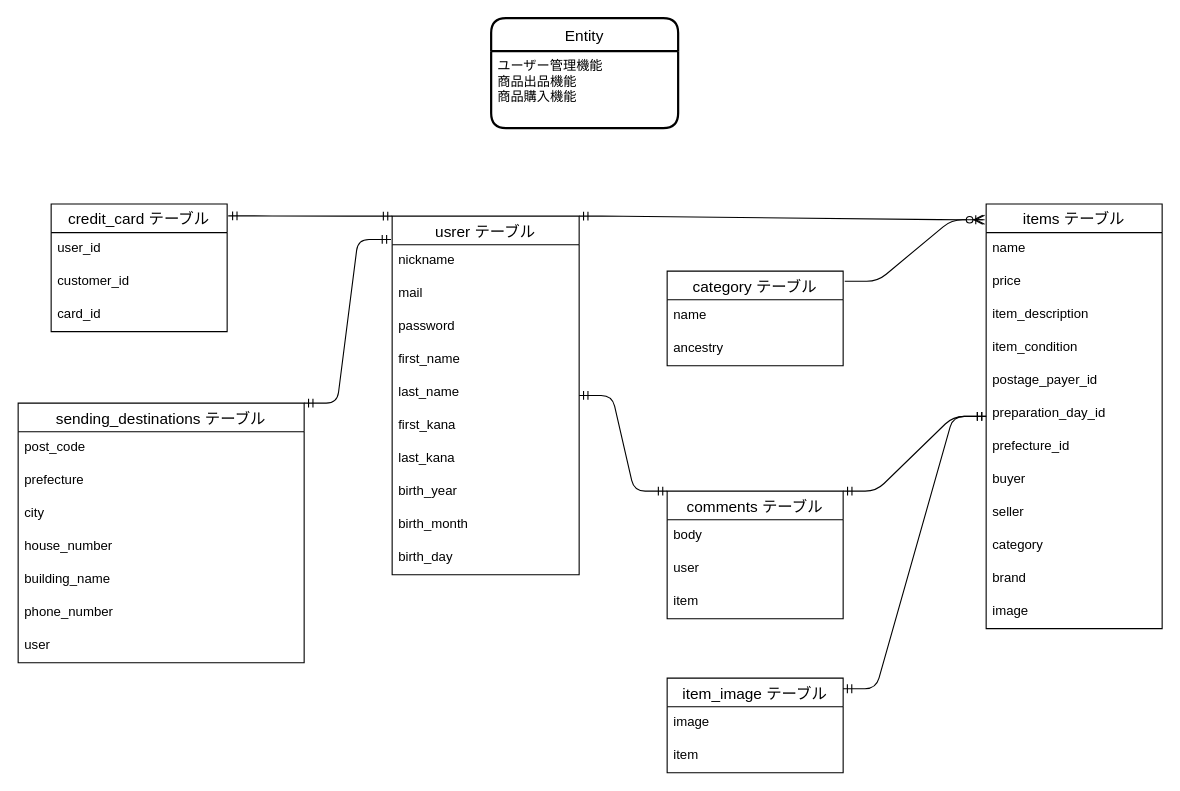
jones-2earth/furima-40469 keeps this draw.io diagram as furima-40469.dio. Above is the earlier version. Source tidied: cells renumbered, new cells numbered last; positions are measured from the earlier drawing's top-left corner, leaving out a move shared by most shapes. Both pictures are drawn from the tidied source at 110%, with x=0, y=0 at pixel (18, 18).
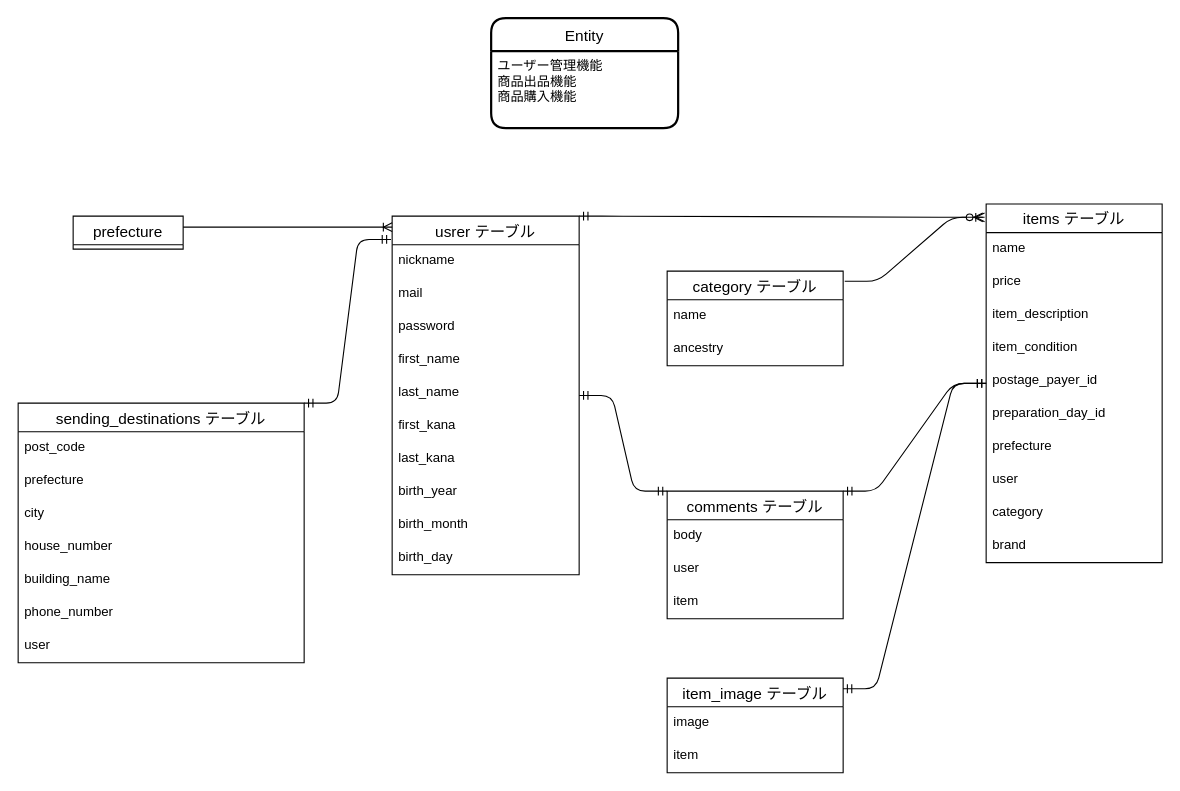
Above is the later version.

Change to the diagram source:
```diff
@@
     <mxCell id="4" value="items テーブル" style="swimlane;fontStyle=0;horizontal=1;startSize=26;align=center;fontSize=14;" parent="1" vertex="1">
-      <mxGeometry x="880" y="169" width="160" height="386" as="geometry" />
+      <mxGeometry x="880" y="169" width="160" height="326" as="geometry" />
     </mxCell>
@@
-    <mxCell id="11" value="prefecture_id" style="text;strokeColor=none;fillColor=none;spacingLeft=4;spacingRight=4;overflow=hidden;fontSize=12;" parent="4" vertex="1">
+    <mxCell id="11" value="prefecture" style="text;strokeColor=none;fillColor=none;spacingLeft=4;spacingRight=4;overflow=hidden;fontSize=12;" parent="4" vertex="1">
       <mxGeometry y="206" width="160" height="30" as="geometry" />
     </mxCell>
-    <mxCell id="12" value="buyer" style="text;strokeColor=none;fillColor=none;spacingLeft=4;spacingRight=4;overflow=hidden;fontSize=12;" parent="4" vertex="1">
-      <mxGeometry y="236" width="160" height="30" as="geometry" />
-    </mxCell>
-    <mxCell id="13" value="seller" style="text;strokeColor=none;fillColor=none;spacingLeft=4;spacingRight=4;overflow=hidden;fontSize=12;" parent="4" vertex="1">
-      <mxGeometry y="266" width="160" height="30" as="geometry" />
+    <mxCell id="13" value="user" style="text;strokeColor=none;fillColor=none;spacingLeft=4;spacingRight=4;overflow=hidden;fontSize=12;" parent="4" vertex="1">
+      <mxGeometry y="236" width="160" height="30" as="geometry" />
     </mxCell>
     <mxCell id="14" value="category" style="text;strokeColor=none;fillColor=none;spacingLeft=4;spacingRight=4;overflow=hidden;fontSize=12;" parent="4" vertex="1">
-      <mxGeometry y="296" width="160" height="30" as="geometry" />
+      <mxGeometry y="266" width="160" height="30" as="geometry" />
     </mxCell>
     <mxCell id="15" value="brand" style="text;strokeColor=none;fillColor=none;spacingLeft=4;spacingRight=4;overflow=hidden;fontSize=12;" parent="4" vertex="1">
-      <mxGeometry y="326" width="160" height="30" as="geometry" />
+      <mxGeometry y="296" width="160" height="30" as="geometry" />
     </mxCell>
-    <mxCell id="16" value="image" style="text;strokeColor=none;fillColor=none;spacingLeft=4;spacingRight=4;overflow=hidden;fontSize=12;" parent="4" vertex="1">
-      <mxGeometry y="356" width="160" height="30" as="geometry" />
-    </mxCell>
-    <mxCell id="17" value="credit_card テーブル" style="swimlane;fontStyle=0;horizontal=1;startSize=26;align=center;fontSize=14;" parent="1" vertex="1">
-      <mxGeometry x="30" y="169" width="160" height="116" as="geometry" />
-    </mxCell>
-    <mxCell id="18" value="user_id" style="text;strokeColor=none;fillColor=none;spacingLeft=4;spacingRight=4;overflow=hidden;fontSize=12;" parent="17" vertex="1">
-      <mxGeometry y="26" width="160" height="30" as="geometry" />
-    </mxCell>
-    <mxCell id="19" value="customer_id" style="text;strokeColor=none;fillColor=none;spacingLeft=4;spacingRight=4;overflow=hidden;fontSize=12;" parent="17" vertex="1">
-      <mxGeometry y="56" width="160" height="30" as="geometry" />
-    </mxCell>
-    <mxCell id="20" value="card_id" style="text;strokeColor=none;fillColor=none;spacingLeft=4;spacingRight=4;overflow=hidden;fontSize=12;" parent="17" vertex="1">
-      <mxGeometry y="86" width="160" height="30" as="geometry" />
-    </mxCell>
@@
-    <mxCell id="50" style="edgeStyle=entityRelationEdgeStyle;fontSize=12;html=1;endArrow=ERmandOne;startArrow=ERmandOne;exitX=1.006;exitY=0.093;exitDx=0;exitDy=0;exitPerimeter=0;" parent="1" edge="1" source="17">
-      <mxGeometry relative="1" as="geometry">
-        <mxPoint x="340" y="180" as="targetPoint" />
-      </mxGeometry>
-    </mxCell>
@@
+    <mxCell id="57" value="prefecture" style="swimlane;fontStyle=0;horizontal=1;startSize=26;align=center;fontSize=14;" parent="1" vertex="1" collapsed="1">
+      <mxGeometry x="50" y="180" width="100" height="30" as="geometry" />
+    </mxCell>
+    <mxCell id="58" style="edgeStyle=entityRelationEdgeStyle;fontSize=12;html=1;endArrow=ERoneToMany;" parent="1" edge="1">
+      <mxGeometry relative="1" as="geometry">
+        <mxPoint x="150" y="190" as="sourcePoint" />
+        <mxPoint x="340" y="190" as="targetPoint" />
+      </mxGeometry>
+    </mxCell>
```
